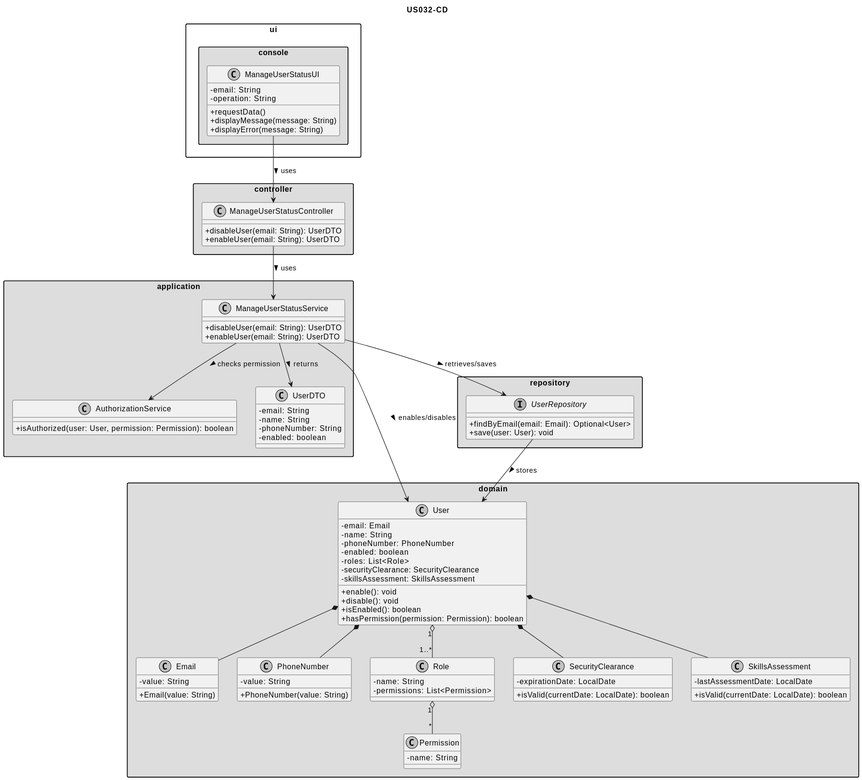
This is docs/user-stories/02-identity-and-backoffice/US032/03.design/svg/US032-CD.svg from 1240537-brunorodrigues/sem4pi-2526-individual-1240537, a PlantUML export, as it was before one commit.
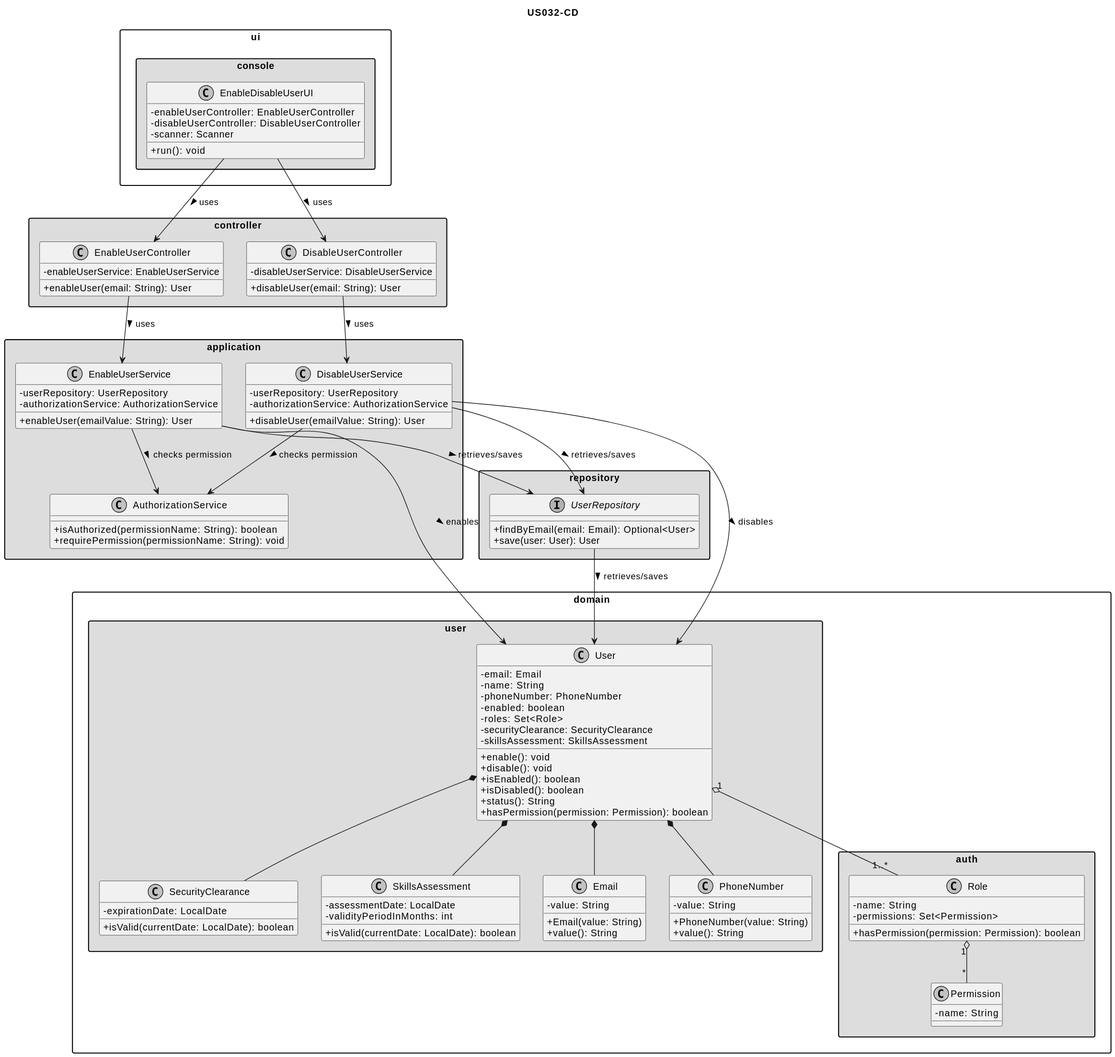
After the change.

Diff of the diagram source:
```diff
@@ -7,72 +7,72 @@
 skinparam classAttributeIconSize 0
 
 package "ui.console" #DDDDDD {
-    class ManageUserStatusUI {
-        - email: String
-        - operation: String
-        + requestData()
-        + displayMessage(message: String)
-        + displayError(message: String)
+    class EnableDisableUserUI {
+        - enableUserController: EnableUserController
+        - disableUserController: DisableUserController
+        - scanner: Scanner
+        + run(): void
     }
 }
 
 package "controller" #DDDDDD {
-    class ManageUserStatusController {
-        + disableUser(email: String): UserDTO
-        + enableUser(email: String): UserDTO
+    class EnableUserController {
+        - enableUserService: EnableUserService
+        + enableUser(email: String): User
+    }
+
+    class DisableUserController {
+        - disableUserService: DisableUserService
+        + disableUser(email: String): User
     }
 }
 
 package "application" #DDDDDD {
-    class ManageUserStatusService {
-        + disableUser(email: String): UserDTO
-        + enableUser(email: String): UserDTO
+    class EnableUserService {
+        - userRepository: UserRepository
+        - authorizationService: AuthorizationService
+        + enableUser(emailValue: String): User
+    }
+
+    class DisableUserService {
+        - userRepository: UserRepository
+        - authorizationService: AuthorizationService
+        + disableUser(emailValue: String): User
     }
 
     class AuthorizationService {
-        + isAuthorized(user: User, permission: Permission): boolean
-    }
-
-    class UserDTO {
-        - email: String
-        - name: String
-        - phoneNumber: String
-        - enabled: boolean
+        + isAuthorized(permissionName: String): boolean
+        + requirePermission(permissionName: String): void
     }
 }
 
-package "domain" #DDDDDD {
+package "domain.user" #DDDDDD {
     class User {
         - email: Email
         - name: String
         - phoneNumber: PhoneNumber
         - enabled: boolean
-        - roles: List<Role>
+        - roles: Set<Role>
         - securityClearance: SecurityClearance
         - skillsAssessment: SkillsAssessment
         + enable(): void
         + disable(): void
         + isEnabled(): boolean
+        + isDisabled(): boolean
+        + status(): String
         + hasPermission(permission: Permission): boolean
     }
 
     class Email {
         - value: String
         + Email(value: String)
+        + value(): String
     }
 
     class PhoneNumber {
         - value: String
         + PhoneNumber(value: String)
-    }
-
-    class Role {
-        - name: String
-        - permissions: List<Permission>
-    }
-
-    class Permission {
-        - name: String
+        + value(): String
     }
 
     class SecurityClearance {
@@ -81,26 +81,43 @@
     }
 
     class SkillsAssessment {
-        - lastAssessmentDate: LocalDate
+        - assessmentDate: LocalDate
+        - validityPeriodInMonths: int
         + isValid(currentDate: LocalDate): boolean
+    }
+}
+
+package "domain.auth" #DDDDDD {
+    class Role {
+        - name: String
+        - permissions: Set<Permission>
+        + hasPermission(permission: Permission): boolean
+    }
+
+    class Permission {
+        - name: String
     }
 }
 
 package "repository" #DDDDDD {
     interface UserRepository {
         + findByEmail(email: Email): Optional<User>
-        + save(user: User): void
+        + save(user: User): User
     }
 }
 
-ManageUserStatusUI --> ManageUserStatusController : uses >
-ManageUserStatusController --> ManageUserStatusService : uses >
-ManageUserStatusService --> AuthorizationService : checks permission >
-ManageUserStatusService --> UserRepository : retrieves/saves >
-ManageUserStatusService --> User : enables/disables >
-ManageUserStatusService --> UserDTO : returns >
+EnableDisableUserUI --> EnableUserController : uses >
+EnableDisableUserUI --> DisableUserController : uses >
+EnableUserController --> EnableUserService : uses >
+DisableUserController --> DisableUserService : uses >
+EnableUserService --> AuthorizationService : checks permission >
+DisableUserService --> AuthorizationService : checks permission >
+EnableUserService --> UserRepository : retrieves/saves >
+DisableUserService --> UserRepository : retrieves/saves >
+EnableUserService --> User : enables >
+DisableUserService --> User : disables >
 
-UserRepository --> User : stores >
+UserRepository --> User : retrieves/saves >
 User *-- Email
 User *-- PhoneNumber
 User *-- SecurityClearance
```
